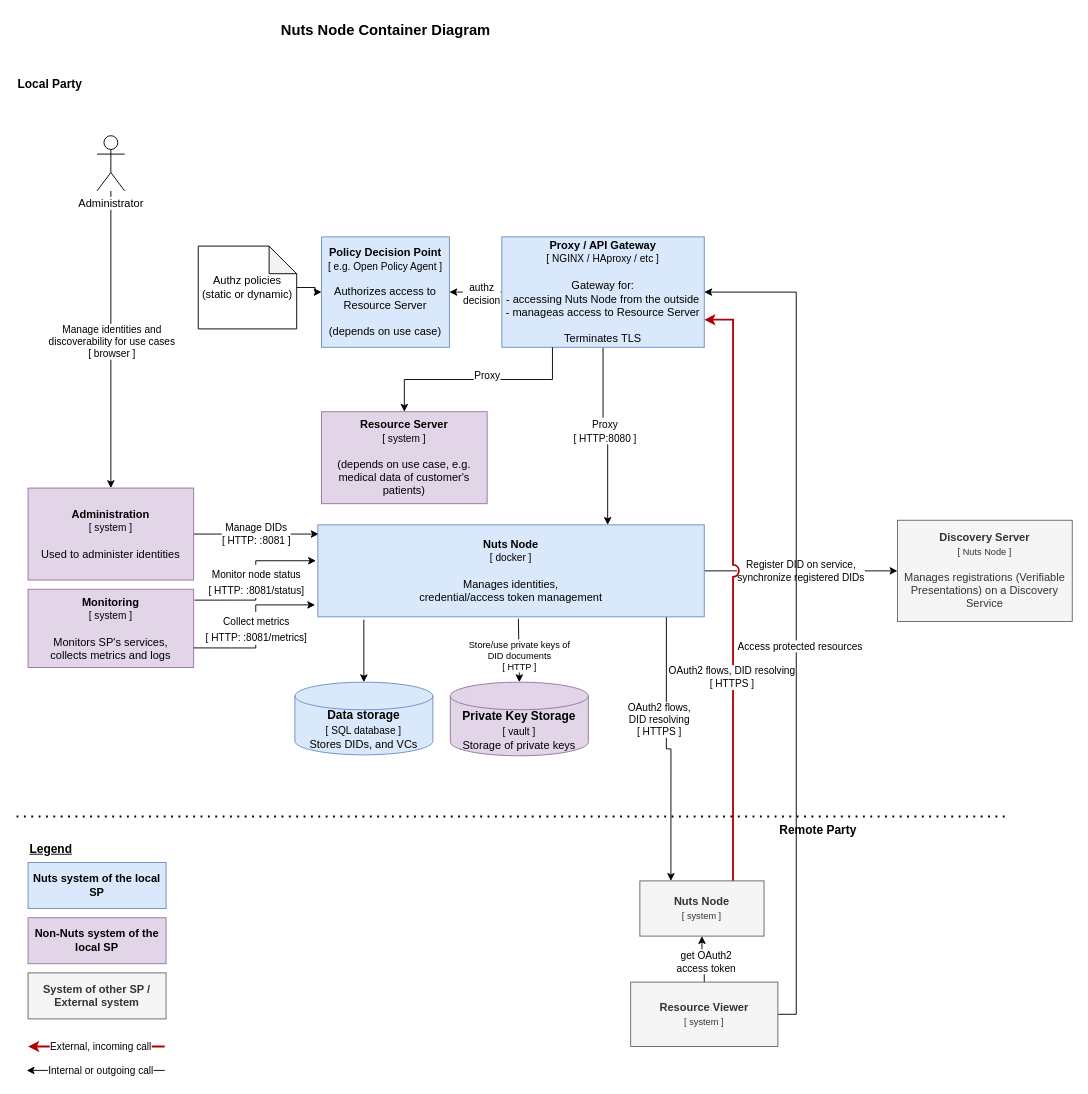
This is page "Container Diagram" (2 of 2) of docs/diagrams/deployment-diagram.drawio from nuts-foundation/nuts-node, a draw.io file, before an edit. Source tidied: cells renumbered, new cells numbered last; positions are measured from the earlier drawing's top-left corner, leaving out a move shared by most shapes. Both pictures are drawn from the tidied source at 92%, with x=0, y=0 at pixel (16, 16).
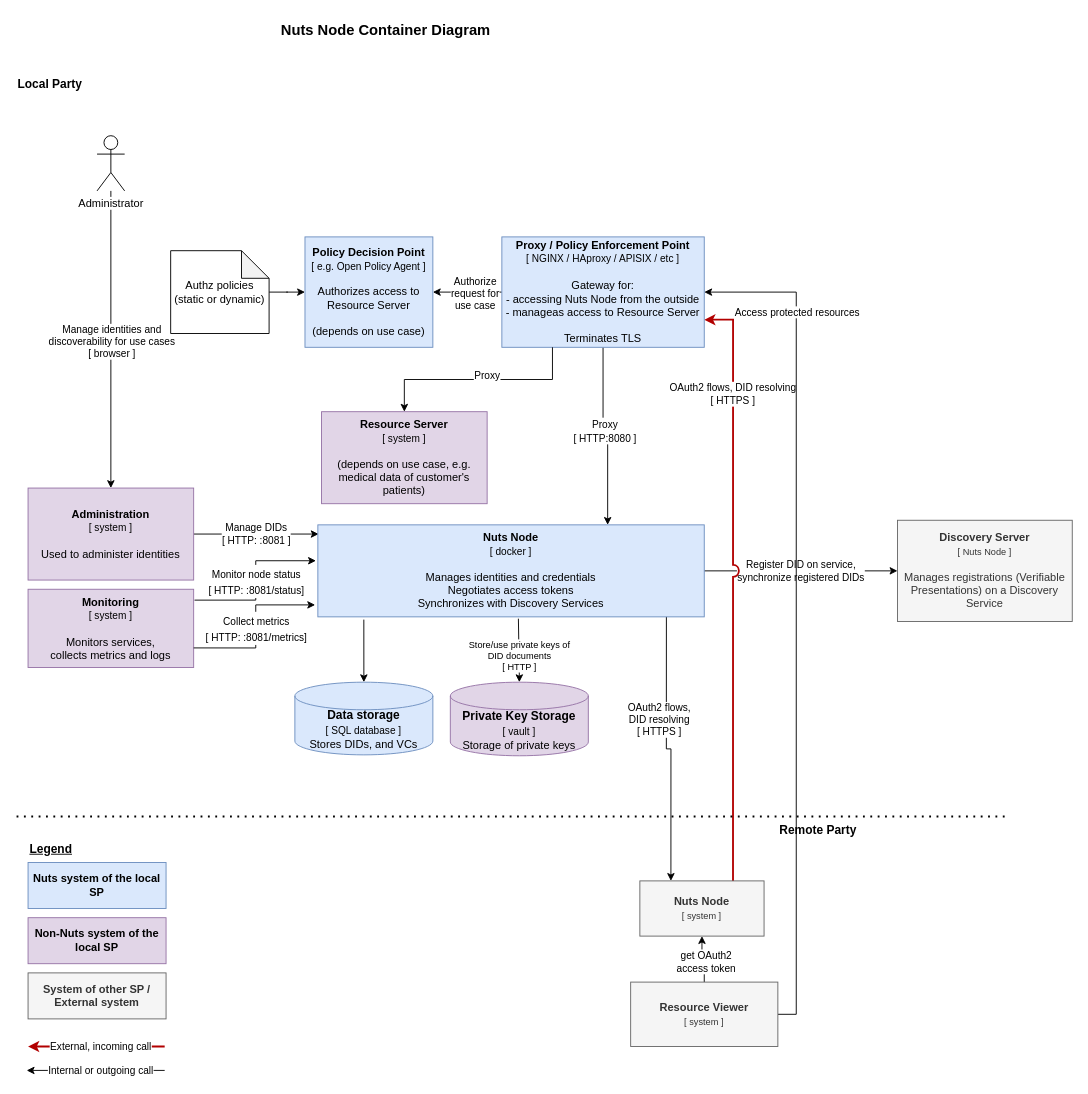
The same page after the edit.

Unchanged cells that the change refers to:
```xml
<mxCell id="16" value="&lt;b&gt;Nuts Node&lt;br&gt;&lt;/b&gt;&lt;font style=&quot;font-size: 10px;&quot;&gt;[ system ]&lt;/font&gt;" style="rounded=0;whiteSpace=wrap;html=1;fillColor=#f5f5f5;strokeColor=#666666;fontColor=#333333;" parent="1" vertex="1">
  <mxGeometry x="678" y="940" width="135" height="60" as="geometry" />
</mxCell>
<mxCell id="27" style="edgeStyle=orthogonalEdgeStyle;rounded=0;jettySize=auto;html=1;" parent="1" edge="1" source="29" target="41">
  <mxGeometry relative="1" as="geometry" />
</mxCell>
<mxCell id="31" style="edgeStyle=orthogonalEdgeStyle;rounded=0;jettySize=auto;html=1;startArrow=none;exitX=1;exitY=0.5;exitDx=0;exitDy=0;entryX=1;entryY=0.5;entryDx=0;entryDy=0;" parent="1" edge="1" source="36" target="29">
  <mxGeometry relative="1" as="geometry" />
</mxCell>
```

The edit, as a diff of the source:
```diff
@@
-    <mxCell id="9" value="&lt;b&gt;Nuts Node&lt;br&gt;&lt;/b&gt;&lt;font style=&quot;font-size: 11px;&quot;&gt;&lt;font style=&quot;font-size: 11px;&quot;&gt;[ docker ]&lt;/font&gt;&lt;br&gt;&lt;/font&gt;&lt;br&gt;Manages identities,&lt;br&gt;credential/access token management" style="rounded=0;whiteSpace=wrap;html=1;fillColor=#dae8fc;strokeColor=#6c8ebf;" parent="1" vertex="1">
+    <mxCell id="9" value="&lt;b&gt;Nuts Node&lt;br&gt;&lt;/b&gt;&lt;font style=&quot;font-size: 11px;&quot;&gt;&lt;font style=&quot;font-size: 11px;&quot;&gt;[ docker ]&lt;/font&gt;&lt;br&gt;&lt;/font&gt;&lt;br&gt;Manages identities and credentials&lt;div&gt;Negotiates access tokens&lt;/div&gt;&lt;div&gt;Synchronizes with Discovery Services&lt;br&gt;&lt;/div&gt;" style="rounded=0;whiteSpace=wrap;html=1;fillColor=#dae8fc;strokeColor=#6c8ebf;" parent="1" vertex="1">
       <mxGeometry x="328" y="553" width="420" height="100" as="geometry" />
     </mxCell>
@@
     <mxCell id="15" value="OAuth2 flows, DID resolving&lt;br&gt;[ HTTPS ]" style="edgeStyle=orthogonalEdgeStyle;rounded=0;jettySize=auto;html=1;fontSize=11;strokeWidth=2;jumpStyle=arc;jumpSize=11;fillColor=#e51400;strokeColor=#B20000;exitX=0.75;exitY=0;exitDx=0;exitDy=0;entryX=1;entryY=0.75;entryDx=0;entryDy=0;" parent="1" edge="1" source="16" target="29">
-      <mxGeometry x="-0.31" y="1" relative="1" as="geometry" />
+      <mxGeometry x="0.65" relative="1" as="geometry" />
     </mxCell>
@@
-    <mxCell id="24" value="&lt;b&gt;Monitoring&lt;br&gt;&lt;/b&gt;&lt;font style=&quot;font-size: 11px;&quot;&gt;[ system ]&lt;br&gt;&lt;/font&gt;&lt;br&gt;Monitors SP's services,&lt;br&gt;collects metrics and logs" style="rounded=0;whiteSpace=wrap;html=1;fillColor=#e1d5e7;strokeColor=#9673a6;" parent="1" vertex="1">
+    <mxCell id="24" value="&lt;b&gt;Monitoring&lt;br&gt;&lt;/b&gt;&lt;font style=&quot;font-size: 11px;&quot;&gt;[ system ]&lt;br&gt;&lt;/font&gt;&lt;br&gt;Monitors services,&lt;br&gt;collects metrics and logs" style="rounded=0;whiteSpace=wrap;html=1;fillColor=#e1d5e7;strokeColor=#9673a6;" parent="1" vertex="1">
       <mxGeometry x="13" y="623" width="180" height="85" as="geometry" />
     </mxCell>
@@
-    <mxCell id="28" value="authz&lt;div&gt;decision&lt;/div&gt;" style="edgeLabel;html=1;align=center;verticalAlign=middle;" parent="27" vertex="1">
+    <mxCell id="28" value="Authorize&lt;div&gt;request for&lt;/div&gt;&lt;div&gt;use case&lt;/div&gt;" style="edgeLabel;html=1;align=center;verticalAlign=middle;" parent="27" vertex="1">
       <mxGeometry x="-0.2" y="1" relative="1" as="geometry" />
     </mxCell>
-    <mxCell id="29" value="&lt;font style=&quot;&quot;&gt;&lt;b&gt;Proxy / API Gateway&lt;br&gt;&lt;/b&gt;&lt;/font&gt;&lt;font style=&quot;font-size: 11px;&quot;&gt;&lt;font style=&quot;font-size: 11px;&quot;&gt;[ NGINX / HAproxy / etc ]&lt;/font&gt;&lt;br&gt;&lt;/font&gt;&lt;br&gt;Gateway for:&lt;div&gt;- accessing Nuts Node from the outside&lt;/div&gt;&lt;div&gt;- manageas access to Resource Server&lt;/div&gt;&lt;div&gt;&lt;br&gt;&lt;/div&gt;&lt;div&gt;Terminates TLS&lt;/div&gt;" style="rounded=0;whiteSpace=wrap;html=1;fillColor=#dae8fc;strokeColor=#6c8ebf;" parent="1" vertex="1">
+    <mxCell id="29" value="&lt;font style=&quot;&quot;&gt;&lt;b&gt;Proxy / Policy Enforcement Point&lt;/b&gt;&lt;/font&gt;&lt;div&gt;&lt;font style=&quot;font-size: 11px;&quot;&gt;&lt;font style=&quot;font-size: 11px;&quot;&gt;[ NGINX / HAproxy / APISIX / etc ]&lt;/font&gt;&lt;br&gt;&lt;/font&gt;&lt;br&gt;Gateway for:&lt;div&gt;- accessing Nuts Node from the outside&lt;/div&gt;&lt;div&gt;- manageas access to Resource Server&lt;/div&gt;&lt;div&gt;&lt;br&gt;&lt;/div&gt;&lt;div&gt;Terminates TLS&lt;/div&gt;&lt;/div&gt;" style="rounded=0;whiteSpace=wrap;html=1;fillColor=#dae8fc;strokeColor=#6c8ebf;" parent="1" vertex="1">
       <mxGeometry x="528" y="240" width="220" height="120" as="geometry" />
     </mxCell>
@@
     <mxCell id="32" value="Access protected resources" style="edgeLabel;html=1;align=center;verticalAlign=middle;" parent="31" vertex="1">
       <mxGeometry x="0.1" y="-3" relative="1" as="geometry">
-        <mxPoint y="77" as="offset" />
+        <mxPoint x="-3" y="-286" as="offset" />
       </mxGeometry>
     </mxCell>
@@
     <mxCell id="41" value="&lt;font style=&quot;&quot;&gt;&lt;b&gt;Policy Decision Point&lt;br&gt;&lt;/b&gt;&lt;/font&gt;&lt;font style=&quot;font-size: 11px;&quot;&gt;&lt;font style=&quot;font-size: 11px;&quot;&gt;[ e.g. Open Policy Agent ]&lt;/font&gt;&lt;br&gt;&lt;/font&gt;&lt;div&gt;&lt;br&gt;&lt;/div&gt;&lt;div&gt;Authorizes access to Resource Server&lt;/div&gt;&lt;div&gt;&lt;br&gt;&lt;/div&gt;&lt;div&gt;(depends on use case)&lt;/div&gt;" style="rounded=0;whiteSpace=wrap;html=1;fillColor=#dae8fc;strokeColor=#6c8ebf;" parent="1" vertex="1">
-      <mxGeometry x="332" y="240" width="139" height="120" as="geometry" />
+      <mxGeometry x="314" y="240" width="139" height="120" as="geometry" />
     </mxCell>
@@
     <mxCell id="43" value="Authz policies (static or dynamic)" style="shape=note;whiteSpace=wrap;html=1;backgroundOutline=1;darkOpacity=0.05;" parent="1" vertex="1">
-      <mxGeometry x="198" y="250" width="107" height="90" as="geometry" />
+      <mxGeometry x="168" y="255" width="107" height="90" as="geometry" />
     </mxCell>
```
